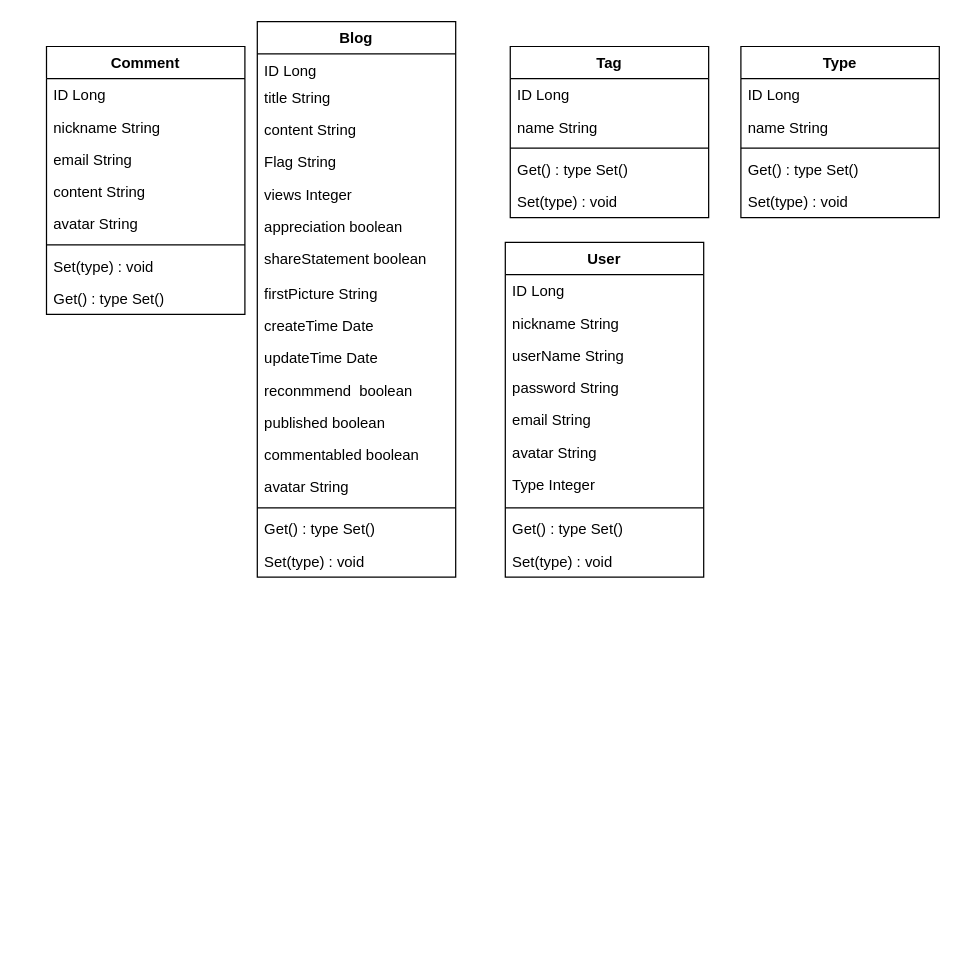
Before: 实体类图.drawio in Mary-artifisial/Hello_git, a draw.io diagram. Source tidied: cells renumbered, new cells numbered last; positions are measured from the earlier drawing's top-left corner, leaving out a move shared by most shapes. Both pictures are drawn from the tidied source at 124%, with x=0, y=0 at pixel (46, 21).
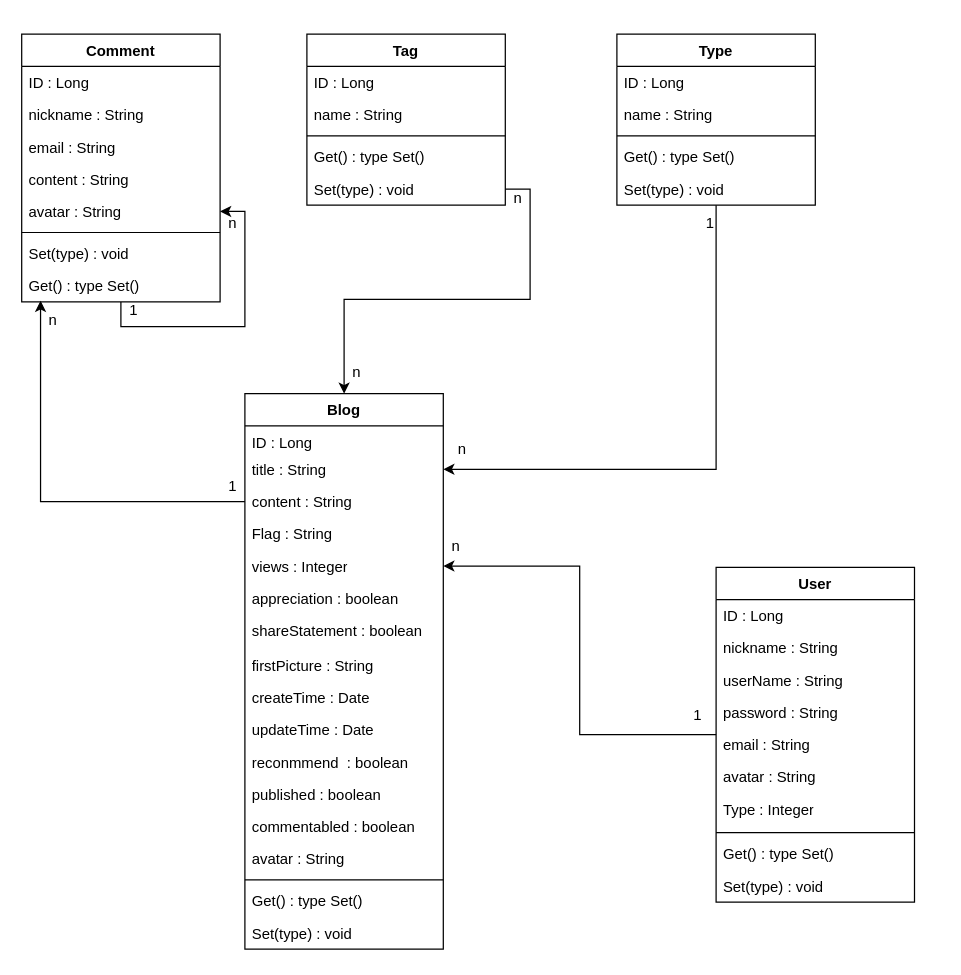
Above is the later version.

The change refers to these unchanged cells:
```xml
<mxCell id="10" value="Get() : type Set()" style="text;strokeColor=none;fillColor=none;align=left;verticalAlign=top;spacingLeft=4;spacingRight=4;overflow=hidden;points=[[0,0.5],[1,0.5]];portConstraint=eastwest;whiteSpace=wrap;html=1;" parent="2" vertex="1">
  <mxGeometry y="190" width="160" height="26" as="geometry" />
</mxCell>
<mxCell id="16" value="Set(type) : void" style="text;strokeColor=none;fillColor=none;align=left;verticalAlign=top;spacingLeft=4;spacingRight=4;overflow=hidden;points=[[0,0.5],[1,0.5]];portConstraint=eastwest;whiteSpace=wrap;html=1;" parent="11" vertex="1">
  <mxGeometry y="112" width="160" height="26" as="geometry" />
</mxCell>
```

What changed in the source:
```diff
@@
     <mxCell id="2" value="Comment" style="swimlane;fontStyle=1;align=center;verticalAlign=top;horizontal=1;startSize=26;whiteSpace=wrap;html=1;" parent="1" vertex="1">
-      <mxGeometry y="20" width="160" height="216" as="geometry" />
+      <mxGeometry x="-20" y="10" width="160" height="216" as="geometry" />
     </mxCell>
-    <mxCell id="3" value="ID Long" style="text;strokeColor=none;fillColor=none;align=left;verticalAlign=top;spacingLeft=4;spacingRight=4;overflow=hidden;whiteSpace=wrap;html=1;" parent="2" vertex="1">
+    <mxCell id="3" value="ID : Long" style="text;strokeColor=none;fillColor=none;align=left;verticalAlign=top;spacingLeft=4;spacingRight=4;overflow=hidden;whiteSpace=wrap;html=1;" parent="2" vertex="1">
       <mxGeometry y="26" width="160" height="26" as="geometry" />
     </mxCell>
-    <mxCell id="4" value="nickname String" style="text;strokeColor=none;fillColor=none;align=left;verticalAlign=top;spacingLeft=4;spacingRight=4;overflow=hidden;whiteSpace=wrap;html=1;" parent="2" vertex="1">
+    <mxCell id="4" value="nickname : String" style="text;strokeColor=none;fillColor=none;align=left;verticalAlign=top;spacingLeft=4;spacingRight=4;overflow=hidden;whiteSpace=wrap;html=1;" parent="2" vertex="1">
       <mxGeometry y="52" width="160" height="26" as="geometry" />
     </mxCell>
-    <mxCell id="5" value="email String" style="text;strokeColor=none;fillColor=none;align=left;verticalAlign=top;spacingLeft=4;spacingRight=4;overflow=hidden;whiteSpace=wrap;html=1;" parent="2" vertex="1">
+    <mxCell id="5" value="email : String" style="text;strokeColor=none;fillColor=none;align=left;verticalAlign=top;spacingLeft=4;spacingRight=4;overflow=hidden;whiteSpace=wrap;html=1;" parent="2" vertex="1">
       <mxGeometry y="78" width="160" height="26" as="geometry" />
     </mxCell>
-    <mxCell id="6" value="content String" style="text;strokeColor=none;fillColor=none;align=left;verticalAlign=top;spacingLeft=4;spacingRight=4;overflow=hidden;whiteSpace=wrap;html=1;" parent="2" vertex="1">
+    <mxCell id="6" value="content : String" style="text;strokeColor=none;fillColor=none;align=left;verticalAlign=top;spacingLeft=4;spacingRight=4;overflow=hidden;whiteSpace=wrap;html=1;" parent="2" vertex="1">
       <mxGeometry y="104" width="160" height="26" as="geometry" />
     </mxCell>
-    <mxCell id="7" value="avatar String" style="text;strokeColor=none;fillColor=none;align=left;verticalAlign=top;spacingLeft=4;spacingRight=4;overflow=hidden;points=[[0,0.5],[1,0.5]];portConstraint=eastwest;whiteSpace=wrap;html=1;" parent="2" vertex="1">
+    <mxCell id="7" value="avatar : String" style="text;strokeColor=none;fillColor=none;align=left;verticalAlign=top;spacingLeft=4;spacingRight=4;overflow=hidden;points=[[0,0.5],[1,0.5]];portConstraint=eastwest;whiteSpace=wrap;html=1;" parent="2" vertex="1">
       <mxGeometry y="130" width="160" height="26" as="geometry" />
     </mxCell>
@@
+    <mxCell id="52" style="edgeStyle=orthogonalEdgeStyle;rounded=0;jettySize=auto;html=1;entryX=1;entryY=0.5;entryDx=0;entryDy=0;" parent="2" edge="1" source="2" target="7">
+      <mxGeometry relative="1" as="geometry" />
+    </mxCell>
     <mxCell id="11" value="Tag" style="swimlane;fontStyle=1;align=center;verticalAlign=top;horizontal=1;startSize=26;whiteSpace=wrap;html=1;" parent="1" vertex="1">
-      <mxGeometry x="374" y="20" width="160" height="138" as="geometry" />
+      <mxGeometry x="210" y="10" width="160" height="138" as="geometry" />
     </mxCell>
-    <mxCell id="12" value="ID Long" style="text;strokeColor=none;fillColor=none;align=left;verticalAlign=top;spacingLeft=4;spacingRight=4;overflow=hidden;whiteSpace=wrap;html=1;" parent="11" vertex="1">
+    <mxCell id="12" value="ID : Long" style="text;strokeColor=none;fillColor=none;align=left;verticalAlign=top;spacingLeft=4;spacingRight=4;overflow=hidden;whiteSpace=wrap;html=1;" parent="11" vertex="1">
       <mxGeometry y="26" width="160" height="26" as="geometry" />
     </mxCell>
-    <mxCell id="13" value="name String" style="text;strokeColor=none;fillColor=none;align=left;verticalAlign=top;spacingLeft=4;spacingRight=4;overflow=hidden;whiteSpace=wrap;html=1;" parent="11" vertex="1">
+    <mxCell id="13" value="name : String" style="text;strokeColor=none;fillColor=none;align=left;verticalAlign=top;spacingLeft=4;spacingRight=4;overflow=hidden;whiteSpace=wrap;html=1;" parent="11" vertex="1">
       <mxGeometry y="52" width="160" height="26" as="geometry" />
     </mxCell>
@@
+    <mxCell id="53" style="edgeStyle=orthogonalEdgeStyle;rounded=0;jettySize=auto;html=1;exitX=0.5;exitY=1;exitDx=0;exitDy=0;entryX=1;entryY=0.5;entryDx=0;entryDy=0;" parent="1" edge="1" source="17" target="25">
+      <mxGeometry relative="1" as="geometry" />
+    </mxCell>
     <mxCell id="17" value="Type" style="swimlane;fontStyle=1;align=center;verticalAlign=top;horizontal=1;startSize=26;whiteSpace=wrap;html=1;" parent="1" vertex="1">
-      <mxGeometry x="560" y="20" width="160" height="138" as="geometry" />
+      <mxGeometry x="460" y="10" width="160" height="138" as="geometry" />
     </mxCell>
-    <mxCell id="18" value="ID Long" style="text;strokeColor=none;fillColor=none;align=left;verticalAlign=top;spacingLeft=4;spacingRight=4;overflow=hidden;whiteSpace=wrap;html=1;" parent="17" vertex="1">
+    <mxCell id="18" value="ID : Long" style="text;strokeColor=none;fillColor=none;align=left;verticalAlign=top;spacingLeft=4;spacingRight=4;overflow=hidden;whiteSpace=wrap;html=1;" parent="17" vertex="1">
       <mxGeometry y="26" width="160" height="26" as="geometry" />
     </mxCell>
-    <mxCell id="19" value="name String" style="text;strokeColor=none;fillColor=none;align=left;verticalAlign=top;spacingLeft=4;spacingRight=4;overflow=hidden;whiteSpace=wrap;html=1;" parent="17" vertex="1">
+    <mxCell id="19" value="name : String" style="text;strokeColor=none;fillColor=none;align=left;verticalAlign=top;spacingLeft=4;spacingRight=4;overflow=hidden;whiteSpace=wrap;html=1;" parent="17" vertex="1">
       <mxGeometry y="52" width="160" height="26" as="geometry" />
     </mxCell>
@@
     <mxCell id="23" value="Blog" style="swimlane;fontStyle=1;align=center;verticalAlign=top;horizontal=1;startSize=26;whiteSpace=wrap;html=1;" parent="1" vertex="1">
-      <mxGeometry x="170" width="160" height="448" as="geometry" />
+      <mxGeometry x="160" y="300" width="160" height="448" as="geometry" />
     </mxCell>
-    <mxCell id="24" value="ID Long" style="text;strokeColor=none;fillColor=none;align=left;verticalAlign=top;spacingLeft=4;spacingRight=4;overflow=hidden;whiteSpace=wrap;html=1;" parent="23" vertex="1">
+    <mxCell id="24" value="ID : Long" style="text;strokeColor=none;fillColor=none;align=left;verticalAlign=top;spacingLeft=4;spacingRight=4;overflow=hidden;whiteSpace=wrap;html=1;" parent="23" vertex="1">
       <mxGeometry y="26" width="160" height="22" as="geometry" />
     </mxCell>
-    <mxCell id="25" value="title String" style="text;strokeColor=none;fillColor=none;align=left;verticalAlign=top;spacingLeft=4;spacingRight=4;overflow=hidden;points=[[0,0.5],[1,0.5]];portConstraint=eastwest;whiteSpace=wrap;html=1;" parent="23" vertex="1">
+    <mxCell id="25" value="title : String" style="text;strokeColor=none;fillColor=none;align=left;verticalAlign=top;spacingLeft=4;spacingRight=4;overflow=hidden;points=[[0,0.5],[1,0.5]];portConstraint=eastwest;whiteSpace=wrap;html=1;" parent="23" vertex="1">
       <mxGeometry y="48" width="160" height="26" as="geometry" />
     </mxCell>
-    <mxCell id="26" value="content String" style="text;strokeColor=none;fillColor=none;align=left;verticalAlign=top;spacingLeft=4;spacingRight=4;overflow=hidden;points=[[0,0.5],[1,0.5]];portConstraint=eastwest;whiteSpace=wrap;html=1;" parent="23" vertex="1">
+    <mxCell id="26" value="content : String" style="text;strokeColor=none;fillColor=none;align=left;verticalAlign=top;spacingLeft=4;spacingRight=4;overflow=hidden;points=[[0,0.5],[1,0.5]];portConstraint=eastwest;whiteSpace=wrap;html=1;" parent="23" vertex="1">
       <mxGeometry y="74" width="160" height="26" as="geometry" />
     </mxCell>
-    <mxCell id="27" value="Flag String" style="text;strokeColor=none;fillColor=none;align=left;verticalAlign=top;spacingLeft=4;spacingRight=4;overflow=hidden;whiteSpace=wrap;html=1;" parent="23" vertex="1">
+    <mxCell id="27" value="Flag : String" style="text;strokeColor=none;fillColor=none;align=left;verticalAlign=top;spacingLeft=4;spacingRight=4;overflow=hidden;whiteSpace=wrap;html=1;" parent="23" vertex="1">
       <mxGeometry y="100" width="160" height="26" as="geometry" />
     </mxCell>
-    <mxCell id="28" value="views Integer&lt;br&gt;&lt;br&gt;&lt;br&gt;" style="text;strokeColor=none;fillColor=none;align=left;verticalAlign=top;spacingLeft=4;spacingRight=4;overflow=hidden;points=[[0,0.5],[1,0.5]];portConstraint=eastwest;whiteSpace=wrap;html=1;" parent="23" vertex="1">
+    <mxCell id="28" value="views : Integer&lt;br&gt;&lt;br&gt;" style="text;strokeColor=none;fillColor=none;align=left;verticalAlign=top;spacingLeft=4;spacingRight=4;overflow=hidden;points=[[0,0.5],[1,0.5]];portConstraint=eastwest;whiteSpace=wrap;html=1;" parent="23" vertex="1">
       <mxGeometry y="126" width="160" height="26" as="geometry" />
     </mxCell>
-    <mxCell id="29" value="appreciation boolean" style="text;strokeColor=none;fillColor=none;align=left;verticalAlign=top;spacingLeft=4;spacingRight=4;overflow=hidden;whiteSpace=wrap;html=1;" parent="23" vertex="1">
+    <mxCell id="29" value="appreciation : boolean" style="text;strokeColor=none;fillColor=none;align=left;verticalAlign=top;spacingLeft=4;spacingRight=4;overflow=hidden;whiteSpace=wrap;html=1;" parent="23" vertex="1">
       <mxGeometry y="152" width="160" height="26" as="geometry" />
     </mxCell>
-    <mxCell id="30" value="shareStatement boolean" style="text;strokeColor=none;fillColor=none;align=left;verticalAlign=top;spacingLeft=4;spacingRight=4;overflow=hidden;whiteSpace=wrap;html=1;" parent="23" vertex="1">
+    <mxCell id="30" value="shareStatement : boolean" style="text;strokeColor=none;fillColor=none;align=left;verticalAlign=top;spacingLeft=4;spacingRight=4;overflow=hidden;whiteSpace=wrap;html=1;" parent="23" vertex="1">
       <mxGeometry y="178" width="160" height="28" as="geometry" />
     </mxCell>
-    <mxCell id="31" value="firstPicture String" style="text;strokeColor=none;fillColor=none;align=left;verticalAlign=top;spacingLeft=4;spacingRight=4;overflow=hidden;whiteSpace=wrap;html=1;" parent="23" vertex="1">
+    <mxCell id="31" value="firstPicture : String" style="text;strokeColor=none;fillColor=none;align=left;verticalAlign=top;spacingLeft=4;spacingRight=4;overflow=hidden;whiteSpace=wrap;html=1;" parent="23" vertex="1">
       <mxGeometry y="206" width="160" height="26" as="geometry" />
     </mxCell>
-    <mxCell id="32" value="createTime Date" style="text;strokeColor=none;fillColor=none;align=left;verticalAlign=top;spacingLeft=4;spacingRight=4;overflow=hidden;whiteSpace=wrap;html=1;" parent="23" vertex="1">
+    <mxCell id="32" value="createTime : Date" style="text;strokeColor=none;fillColor=none;align=left;verticalAlign=top;spacingLeft=4;spacingRight=4;overflow=hidden;whiteSpace=wrap;html=1;" parent="23" vertex="1">
       <mxGeometry y="232" width="160" height="26" as="geometry" />
     </mxCell>
-    <mxCell id="33" value="updateTime Date" style="text;strokeColor=none;fillColor=none;align=left;verticalAlign=top;spacingLeft=4;spacingRight=4;overflow=hidden;whiteSpace=wrap;html=1;" parent="23" vertex="1">
+    <mxCell id="33" value="updateTime : Date" style="text;strokeColor=none;fillColor=none;align=left;verticalAlign=top;spacingLeft=4;spacingRight=4;overflow=hidden;whiteSpace=wrap;html=1;" parent="23" vertex="1">
       <mxGeometry y="258" width="160" height="26" as="geometry" />
     </mxCell>
-    <mxCell id="34" value="reconmmend&amp;nbsp; boolean" style="text;strokeColor=none;fillColor=none;align=left;verticalAlign=top;spacingLeft=4;spacingRight=4;overflow=hidden;whiteSpace=wrap;html=1;" parent="23" vertex="1">
+    <mxCell id="34" value="reconmmend&amp;nbsp; : boolean" style="text;strokeColor=none;fillColor=none;align=left;verticalAlign=top;spacingLeft=4;spacingRight=4;overflow=hidden;whiteSpace=wrap;html=1;" parent="23" vertex="1">
       <mxGeometry y="284" width="160" height="26" as="geometry" />
     </mxCell>
-    <mxCell id="35" value="published boolean" style="text;strokeColor=none;fillColor=none;align=left;verticalAlign=top;spacingLeft=4;spacingRight=4;overflow=hidden;whiteSpace=wrap;html=1;" parent="23" vertex="1">
+    <mxCell id="35" value="published : boolean" style="text;strokeColor=none;fillColor=none;align=left;verticalAlign=top;spacingLeft=4;spacingRight=4;overflow=hidden;whiteSpace=wrap;html=1;" parent="23" vertex="1">
       <mxGeometry y="310" width="160" height="26" as="geometry" />
     </mxCell>
-    <mxCell id="36" value="commentabled boolean" style="text;strokeColor=none;fillColor=none;align=left;verticalAlign=top;spacingLeft=4;spacingRight=4;overflow=hidden;whiteSpace=wrap;html=1;" parent="23" vertex="1">
+    <mxCell id="36" value="commentabled : boolean" style="text;strokeColor=none;fillColor=none;align=left;verticalAlign=top;spacingLeft=4;spacingRight=4;overflow=hidden;whiteSpace=wrap;html=1;" parent="23" vertex="1">
       <mxGeometry y="336" width="160" height="26" as="geometry" />
     </mxCell>
-    <mxCell id="37" value="avatar String" style="text;strokeColor=none;fillColor=none;align=left;verticalAlign=top;spacingLeft=4;spacingRight=4;overflow=hidden;whiteSpace=wrap;html=1;" parent="23" vertex="1">
+    <mxCell id="37" value="avatar : String" style="text;strokeColor=none;fillColor=none;align=left;verticalAlign=top;spacingLeft=4;spacingRight=4;overflow=hidden;whiteSpace=wrap;html=1;" parent="23" vertex="1">
       <mxGeometry y="362" width="160" height="26" as="geometry" />
     </mxCell>
@@
+    <mxCell id="54" style="edgeStyle=orthogonalEdgeStyle;rounded=0;jettySize=auto;html=1;exitX=0;exitY=0.5;exitDx=0;exitDy=0;entryX=1;entryY=0.5;entryDx=0;entryDy=0;" parent="1" edge="1" source="41" target="28">
+      <mxGeometry relative="1" as="geometry" />
+    </mxCell>
     <mxCell id="41" value="User" style="swimlane;fontStyle=1;align=center;verticalAlign=top;horizontal=1;startSize=26;whiteSpace=wrap;html=1;" parent="1" vertex="1">
-      <mxGeometry x="370" y="178" width="160" height="270" as="geometry" />
+      <mxGeometry x="540" y="440" width="160" height="270" as="geometry" />
     </mxCell>
-    <mxCell id="42" value="ID Long" style="text;strokeColor=none;fillColor=none;align=left;verticalAlign=top;spacingLeft=4;spacingRight=4;overflow=hidden;whiteSpace=wrap;html=1;" parent="41" vertex="1">
+    <mxCell id="42" value="ID : Long" style="text;strokeColor=none;fillColor=none;align=left;verticalAlign=top;spacingLeft=4;spacingRight=4;overflow=hidden;whiteSpace=wrap;html=1;" parent="41" vertex="1">
       <mxGeometry y="26" width="160" height="26" as="geometry" />
     </mxCell>
-    <mxCell id="43" value="nickname String" style="text;strokeColor=none;fillColor=none;align=left;verticalAlign=top;spacingLeft=4;spacingRight=4;overflow=hidden;whiteSpace=wrap;html=1;" parent="41" vertex="1">
+    <mxCell id="43" value="nickname : String" style="text;strokeColor=none;fillColor=none;align=left;verticalAlign=top;spacingLeft=4;spacingRight=4;overflow=hidden;whiteSpace=wrap;html=1;" parent="41" vertex="1">
       <mxGeometry y="52" width="160" height="26" as="geometry" />
     </mxCell>
-    <mxCell id="44" value="userName String" style="text;strokeColor=none;fillColor=none;align=left;verticalAlign=top;spacingLeft=4;spacingRight=4;overflow=hidden;whiteSpace=wrap;html=1;" parent="41" vertex="1">
+    <mxCell id="44" value="userName : String" style="text;strokeColor=none;fillColor=none;align=left;verticalAlign=top;spacingLeft=4;spacingRight=4;overflow=hidden;whiteSpace=wrap;html=1;" parent="41" vertex="1">
       <mxGeometry y="78" width="160" height="26" as="geometry" />
     </mxCell>
-    <mxCell id="45" value="password String" style="text;strokeColor=none;fillColor=none;align=left;verticalAlign=top;spacingLeft=4;spacingRight=4;overflow=hidden;whiteSpace=wrap;html=1;" parent="41" vertex="1">
+    <mxCell id="45" value="password : String" style="text;strokeColor=none;fillColor=none;align=left;verticalAlign=top;spacingLeft=4;spacingRight=4;overflow=hidden;whiteSpace=wrap;html=1;" parent="41" vertex="1">
       <mxGeometry y="104" width="160" height="26" as="geometry" />
     </mxCell>
-    <mxCell id="46" value="email String" style="text;strokeColor=none;fillColor=none;align=left;verticalAlign=top;spacingLeft=4;spacingRight=4;overflow=hidden;whiteSpace=wrap;html=1;" parent="41" vertex="1">
+    <mxCell id="46" value="email : String" style="text;strokeColor=none;fillColor=none;align=left;verticalAlign=top;spacingLeft=4;spacingRight=4;overflow=hidden;whiteSpace=wrap;html=1;" parent="41" vertex="1">
       <mxGeometry y="130" width="160" height="26" as="geometry" />
     </mxCell>
-    <mxCell id="47" value="avatar String" style="text;strokeColor=none;fillColor=none;align=left;verticalAlign=top;spacingLeft=4;spacingRight=4;overflow=hidden;whiteSpace=wrap;html=1;" parent="41" vertex="1">
+    <mxCell id="47" value="avatar : String" style="text;strokeColor=none;fillColor=none;align=left;verticalAlign=top;spacingLeft=4;spacingRight=4;overflow=hidden;whiteSpace=wrap;html=1;" parent="41" vertex="1">
       <mxGeometry y="156" width="160" height="26" as="geometry" />
     </mxCell>
-    <mxCell id="48" value="Type Integer" style="text;strokeColor=none;fillColor=none;align=left;verticalAlign=top;spacingLeft=4;spacingRight=4;overflow=hidden;whiteSpace=wrap;html=1;" parent="41" vertex="1">
+    <mxCell id="48" value="Type : Integer" style="text;strokeColor=none;fillColor=none;align=left;verticalAlign=top;spacingLeft=4;spacingRight=4;overflow=hidden;whiteSpace=wrap;html=1;" parent="41" vertex="1">
       <mxGeometry y="182" width="160" height="28" as="geometry" />
     </mxCell>
@@
+    <mxCell id="55" value="1" style="text;html=1;align=center;verticalAlign=middle;strokeColor=none;fillColor=none;" parent="1" vertex="1">
+      <mxGeometry x="55" y="218" width="30" height="30" as="geometry" />
+    </mxCell>
+    <mxCell id="56" value="n" style="text;html=1;align=center;verticalAlign=middle;strokeColor=none;fillColor=none;" parent="1" vertex="1">
+      <mxGeometry x="135" y="148" width="30" height="30" as="geometry" />
+    </mxCell>
+    <mxCell id="57" value="1" style="text;html=1;align=center;verticalAlign=middle;strokeColor=none;fillColor=none;" parent="1" vertex="1">
+      <mxGeometry x="510" y="545" width="30" height="30" as="geometry" />
+    </mxCell>
+    <mxCell id="58" value="n" style="text;html=1;align=center;verticalAlign=middle;strokeColor=none;fillColor=none;" parent="1" vertex="1">
+      <mxGeometry x="315" y="408" width="30" height="30" as="geometry" />
+    </mxCell>
+    <mxCell id="59" style="edgeStyle=orthogonalEdgeStyle;rounded=0;jettySize=auto;html=1;exitX=1;exitY=0.5;exitDx=0;exitDy=0;entryX=0.5;entryY=0;entryDx=0;entryDy=0;" parent="1" edge="1" source="16" target="23">
+      <mxGeometry relative="1" as="geometry" />
+    </mxCell>
+    <mxCell id="60" value="n" style="text;html=1;align=center;verticalAlign=middle;strokeColor=none;fillColor=none;" parent="1" vertex="1">
+      <mxGeometry x="365" y="128" width="30" height="30" as="geometry" />
+    </mxCell>
+    <mxCell id="61" value="n" style="text;html=1;align=center;verticalAlign=middle;strokeColor=none;fillColor=none;" parent="1" vertex="1">
+      <mxGeometry x="235" y="268" width="30" height="30" as="geometry" />
+    </mxCell>
+    <mxCell id="62" value="1" style="text;html=1;align=center;verticalAlign=middle;strokeColor=none;fillColor=none;" parent="1" vertex="1">
+      <mxGeometry x="520" y="148" width="30" height="30" as="geometry" />
+    </mxCell>
+    <mxCell id="63" value="n" style="text;html=1;align=center;verticalAlign=middle;strokeColor=none;fillColor=none;" parent="1" vertex="1">
+      <mxGeometry x="320" y="330" width="30" height="30" as="geometry" />
+    </mxCell>
+    <mxCell id="64" style="edgeStyle=orthogonalEdgeStyle;rounded=0;jettySize=auto;html=1;exitX=0;exitY=0.5;exitDx=0;exitDy=0;entryX=0.095;entryY=0.961;entryDx=0;entryDy=0;entryPerimeter=0;" parent="1" edge="1" source="26" target="10">
+      <mxGeometry relative="1" as="geometry" />
+    </mxCell>
+    <mxCell id="65" value="1" style="text;html=1;align=center;verticalAlign=middle;strokeColor=none;fillColor=none;" parent="1" vertex="1">
+      <mxGeometry x="135" y="360" width="30" height="30" as="geometry" />
+    </mxCell>
+    <mxCell id="66" value="n" style="text;html=1;align=center;verticalAlign=middle;strokeColor=none;fillColor=none;" parent="1" vertex="1">
+      <mxGeometry x="-10" y="226" width="30" height="30" as="geometry" />
+    </mxCell>
```
